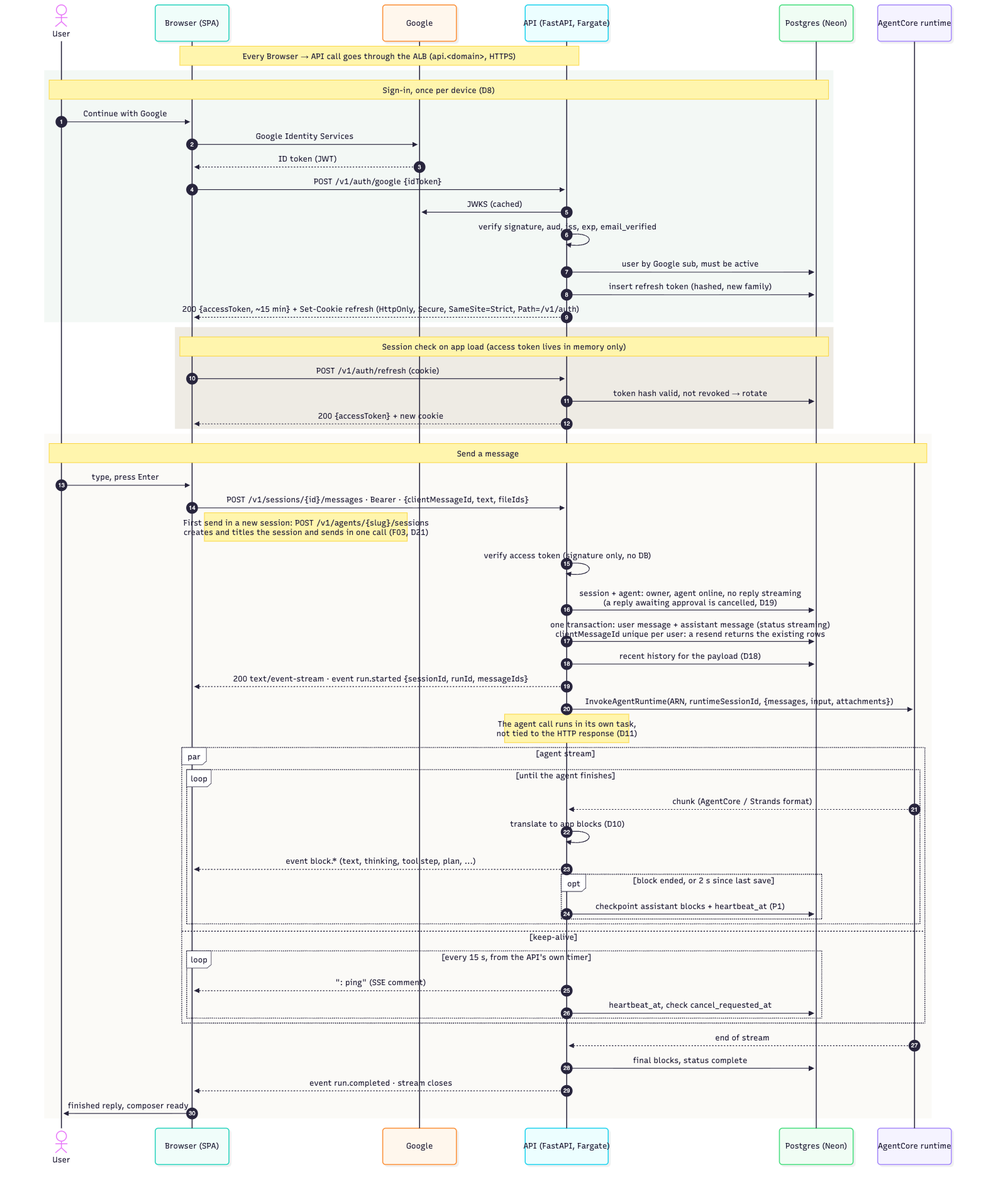
The Mermaid diagram docs/diagrams/send-message.png in IsraelBO17/agent_hub, before a commit. Its source is kept beside it as docs/diagrams/send-message.mmd.
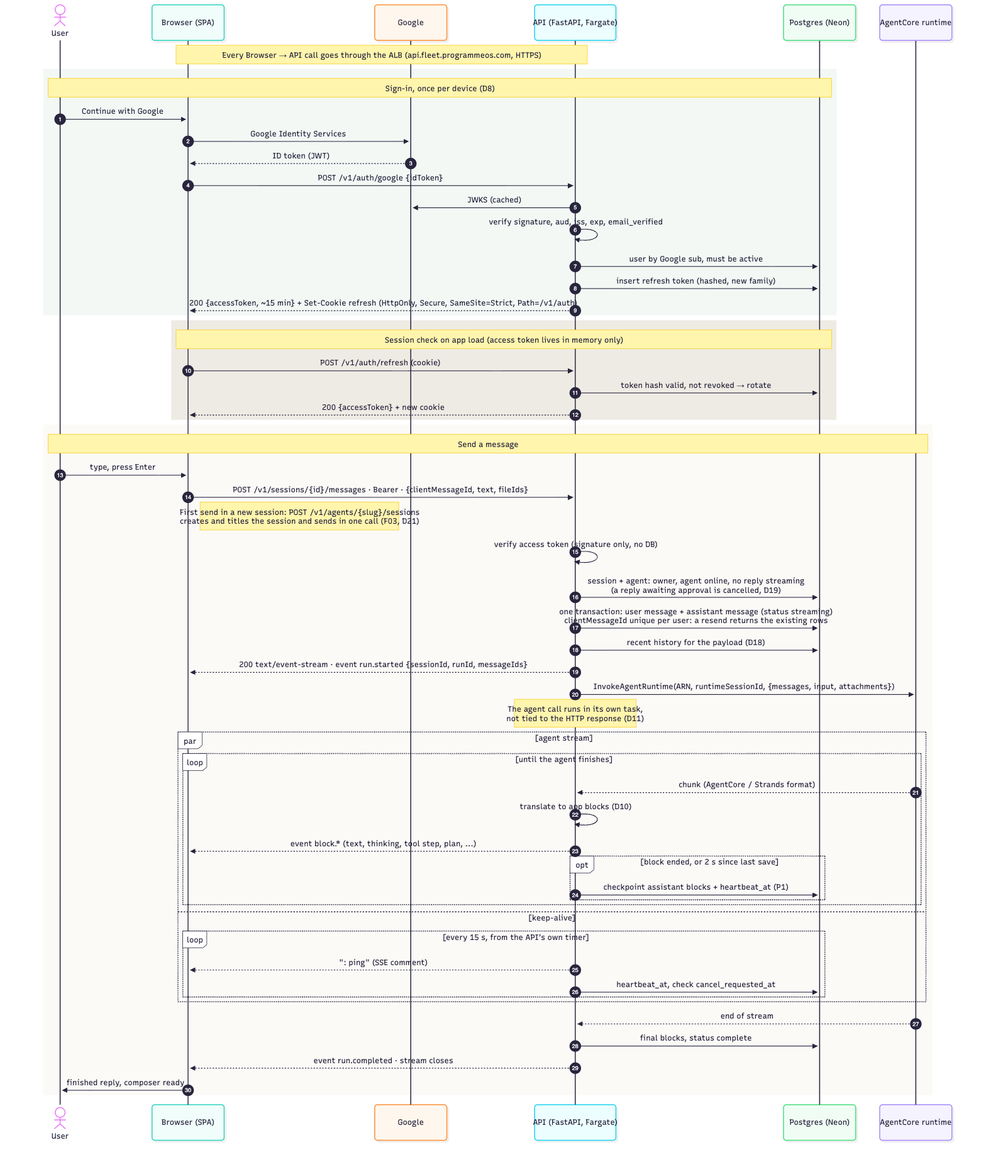
After the commit.

Commit message:
Record domain (D25) and networking answers

The edit, as a diff of the source:
```diff
@@ -7,7 +7,7 @@
   participant DB as Postgres (Neon)
   participant R as AgentCore runtime
 
-  Note over B,A: Every Browser → API call goes through the ALB (api.<domain>, HTTPS)
+  Note over B,A: Every Browser → API call goes through the ALB (api.fleet.programmeos.com, HTTPS)
 
   rect rgb(243, 248, 245)
     Note over U,DB: Sign-in, once per device (D8)
```
